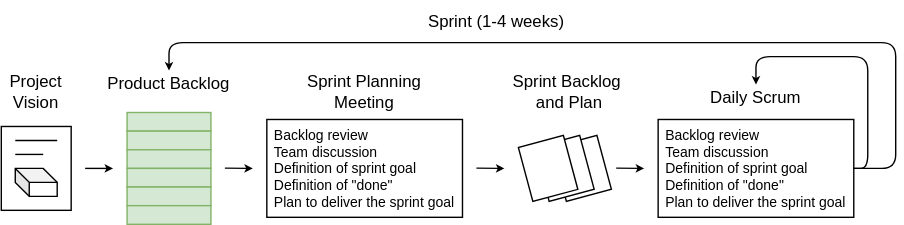
Above: book/images/agile-scrum.svg in PM-League/PM-League.github.io (draw.io), before the change. Source tidied: cells renumbered, new cells last; positions are measured from the earlier drawing's top-left corner, leaving out a move shared by most shapes. Source of this version:
```xml
<mxGraphModel background="#FFFFFF">
  <root>
    <mxCell id="0" />
    <mxCell id="1" parent="0" />
    <mxCell id="2" value="Product&amp;nbsp;Backlog" style="text;html=1;strokeColor=none;fillColor=none;align=center;verticalAlign=middle;whiteSpace=wrap;rounded=0;" parent="1" vertex="1">
      <mxGeometry x="75" y="50" width="90" height="20" as="geometry" />
    </mxCell>
    <mxCell id="3" style="group;" parent="1" vertex="1">
      <mxGeometry y="90" width="50" height="60" as="geometry" />
    </mxCell>
    <mxCell id="4" style="rounded=0;whiteSpace=wrap;html=1;" parent="3" vertex="1">
      <mxGeometry width="50" height="60" as="geometry" />
    </mxCell>
    <mxCell id="5" style="endArrow=none;html=1;rounded=0;" parent="3" edge="1">
      <mxGeometry relative="1" as="geometry">
        <mxPoint x="10" y="10" as="sourcePoint" />
        <mxPoint x="40" y="10" as="targetPoint" />
      </mxGeometry>
    </mxCell>
    <mxCell id="6" style="endArrow=none;html=1;rounded=0;" parent="3" edge="1">
      <mxGeometry relative="1" as="geometry">
        <mxPoint x="10" y="20" as="sourcePoint" />
        <mxPoint x="30" y="20" as="targetPoint" />
      </mxGeometry>
    </mxCell>
    <mxCell id="7" style="shape=cube;whiteSpace=wrap;html=1;boundedLbl=1;backgroundOutline=1;darkOpacity=0.05;darkOpacity2=0.1;fillColor=none;size=10;" parent="3" vertex="1">
      <mxGeometry x="10" y="30" width="30" height="20" as="geometry" />
    </mxCell>
    <mxCell id="8" value="Project&lt;br&gt;Vision" style="text;html=1;strokeColor=none;fillColor=none;align=center;verticalAlign=middle;whiteSpace=wrap;rounded=0;" parent="1" vertex="1">
      <mxGeometry y="50" width="50" height="30" as="geometry" />
    </mxCell>
    <mxCell id="9" value="&lt;div style=&quot;font-size: 10px;&quot;&gt;&lt;div style=&quot;text-align: left; font-size: 10px;&quot;&gt;&lt;span style=&quot;background-color: initial; font-size: 10px;&quot;&gt;Backlog review&lt;/span&gt;&lt;/div&gt;&lt;span style=&quot;background-color: initial; font-size: 10px;&quot;&gt;&lt;div style=&quot;text-align: left; font-size: 10px;&quot;&gt;&lt;span style=&quot;background-color: initial; font-size: 10px;&quot;&gt;Team discussion&lt;/span&gt;&lt;/div&gt;&lt;/span&gt;&lt;span style=&quot;background-color: initial; font-size: 10px;&quot;&gt;&lt;div style=&quot;text-align: left; font-size: 10px;&quot;&gt;&lt;span style=&quot;background-color: initial; font-size: 10px;&quot;&gt;Definition of sprint goal&lt;/span&gt;&lt;/div&gt;&lt;/span&gt;&lt;span style=&quot;background-color: initial; font-size: 10px;&quot;&gt;&lt;div style=&quot;text-align: left; font-size: 10px;&quot;&gt;&lt;span style=&quot;background-color: initial; font-size: 10px;&quot;&gt;Definition of &quot;done&quot;&lt;/span&gt;&lt;/div&gt;&lt;/span&gt;&lt;span style=&quot;background-color: initial; font-size: 10px;&quot;&gt;&lt;div style=&quot;text-align: left; font-size: 10px;&quot;&gt;&lt;span style=&quot;background-color: initial; font-size: 10px;&quot;&gt;Plan to deliver the sprint goal&lt;/span&gt;&lt;/div&gt;&lt;/span&gt;&lt;/div&gt;" style="rounded=0;whiteSpace=wrap;html=1;fontSize=10;" parent="1" vertex="1">
      <mxGeometry x="190" y="85" width="140" height="70" as="geometry" />
    </mxCell>
    <mxCell id="10" value="Sprint Planning&lt;br&gt;Meeting" style="text;html=1;strokeColor=none;fillColor=none;align=center;verticalAlign=middle;whiteSpace=wrap;rounded=0;" parent="1" vertex="1">
      <mxGeometry x="190" y="50" width="140" height="30" as="geometry" />
    </mxCell>
    <mxCell id="11" value="&lt;div style=&quot;font-size: 10px;&quot;&gt;&lt;div style=&quot;text-align: left; font-size: 10px;&quot;&gt;&lt;span style=&quot;background-color: initial; font-size: 10px;&quot;&gt;Backlog review&lt;/span&gt;&lt;/div&gt;&lt;span style=&quot;background-color: initial; font-size: 10px;&quot;&gt;&lt;div style=&quot;text-align: left; font-size: 10px;&quot;&gt;&lt;span style=&quot;background-color: initial; font-size: 10px;&quot;&gt;Team discussion&lt;/span&gt;&lt;/div&gt;&lt;/span&gt;&lt;span style=&quot;background-color: initial; font-size: 10px;&quot;&gt;&lt;div style=&quot;text-align: left; font-size: 10px;&quot;&gt;&lt;span style=&quot;background-color: initial; font-size: 10px;&quot;&gt;Definition of sprint goal&lt;/span&gt;&lt;/div&gt;&lt;/span&gt;&lt;span style=&quot;background-color: initial; font-size: 10px;&quot;&gt;&lt;div style=&quot;text-align: left; font-size: 10px;&quot;&gt;&lt;span style=&quot;background-color: initial; font-size: 10px;&quot;&gt;Definition of &quot;done&quot;&lt;/span&gt;&lt;/div&gt;&lt;/span&gt;&lt;span style=&quot;background-color: initial; font-size: 10px;&quot;&gt;&lt;div style=&quot;text-align: left; font-size: 10px;&quot;&gt;&lt;span style=&quot;background-color: initial; font-size: 10px;&quot;&gt;Plan to deliver the sprint goal&lt;/span&gt;&lt;/div&gt;&lt;/span&gt;&lt;/div&gt;" style="rounded=0;whiteSpace=wrap;html=1;fontSize=10;" parent="1" vertex="1">
      <mxGeometry x="470" y="85" width="140" height="70" as="geometry" />
    </mxCell>
    <mxCell id="12" value="Daily Scrum" style="text;html=1;strokeColor=none;fillColor=none;align=center;verticalAlign=middle;whiteSpace=wrap;rounded=0;" parent="1" vertex="1">
      <mxGeometry x="470" y="60" width="140" height="20" as="geometry" />
    </mxCell>
    <mxCell id="13" style="group;" parent="1" vertex="1">
      <mxGeometry x="90" y="80" width="60" height="80" as="geometry" />
    </mxCell>
    <mxCell id="14" style="rounded=0;whiteSpace=wrap;html=1;fillColor=#d5e8d4;strokeColor=#82b366;" parent="13" vertex="1">
      <mxGeometry width="60" height="13.3" as="geometry" />
    </mxCell>
    <mxCell id="15" style="rounded=0;whiteSpace=wrap;html=1;fillColor=#d5e8d4;strokeColor=#82b366;" parent="13" vertex="1">
      <mxGeometry y="13.3" width="60" height="13.3" as="geometry" />
    </mxCell>
    <mxCell id="16" style="rounded=0;whiteSpace=wrap;html=1;fillColor=#d5e8d4;strokeColor=#82b366;" parent="13" vertex="1">
      <mxGeometry y="26.7" width="60" height="13.3" as="geometry" />
    </mxCell>
    <mxCell id="17" style="rounded=0;whiteSpace=wrap;html=1;fillColor=#d5e8d4;strokeColor=#82b366;" parent="13" vertex="1">
      <mxGeometry y="40" width="60" height="13.3" as="geometry" />
    </mxCell>
    <mxCell id="18" style="rounded=0;whiteSpace=wrap;html=1;fillColor=#d5e8d4;strokeColor=#82b366;" parent="13" vertex="1">
      <mxGeometry y="53.3" width="60" height="13.3" as="geometry" />
    </mxCell>
    <mxCell id="19" style="rounded=0;whiteSpace=wrap;html=1;fillColor=#d5e8d4;strokeColor=#82b366;" parent="13" vertex="1">
      <mxGeometry y="66.7" width="60" height="13.3" as="geometry" />
    </mxCell>
    <mxCell id="20" style="group;" parent="1" vertex="1">
      <mxGeometry x="370" y="96.4" width="67.5" height="47.3" as="geometry" />
    </mxCell>
    <mxCell id="21" style="rounded=0;whiteSpace=wrap;html=1;rotation=-15;" parent="20" vertex="1">
      <mxGeometry x="28.6" y="3.6" width="33.3" height="40" as="geometry" />
    </mxCell>
    <mxCell id="22" style="rounded=0;whiteSpace=wrap;html=1;rotation=-15;" parent="20" vertex="1">
      <mxGeometry x="16.3" y="3.6" width="33.3" height="40" as="geometry" />
    </mxCell>
    <mxCell id="23" style="rounded=0;whiteSpace=wrap;html=1;rotation=-15;" parent="20" vertex="1">
      <mxGeometry x="4.6" y="3.6" width="33.3" height="40" as="geometry" />
    </mxCell>
    <mxCell id="24" value="Sprint Backlog&lt;br&gt;&amp;nbsp;and Plan" style="text;html=1;strokeColor=none;fillColor=none;align=center;verticalAlign=middle;whiteSpace=wrap;rounded=0;" parent="1" vertex="1">
      <mxGeometry x="360" y="50" width="90" height="30" as="geometry" />
    </mxCell>
    <mxCell id="25" style="endArrow=classic;html=1;fontSize=10;startSize=3;endSize=3;" parent="1" edge="1">
      <mxGeometry relative="1" as="geometry">
        <mxPoint x="60" y="120" as="sourcePoint" />
        <mxPoint x="80" y="120" as="targetPoint" />
      </mxGeometry>
    </mxCell>
    <mxCell id="26" style="endArrow=classic;html=1;fontSize=10;startSize=3;endSize=3;" parent="1" edge="1">
      <mxGeometry relative="1" as="geometry">
        <mxPoint x="160" y="119.8" as="sourcePoint" />
        <mxPoint x="180" y="120" as="targetPoint" />
      </mxGeometry>
    </mxCell>
    <mxCell id="27" style="endArrow=classic;html=1;fontSize=10;startSize=3;endSize=3;" parent="1" edge="1">
      <mxGeometry relative="1" as="geometry">
        <mxPoint x="340" y="119.8" as="sourcePoint" />
        <mxPoint x="360" y="120" as="targetPoint" />
      </mxGeometry>
    </mxCell>
    <mxCell id="28" style="endArrow=classic;html=1;fontSize=10;startSize=3;endSize=3;" parent="1" edge="1">
      <mxGeometry relative="1" as="geometry">
        <mxPoint x="440" y="119.8" as="sourcePoint" />
        <mxPoint x="460" y="120" as="targetPoint" />
      </mxGeometry>
    </mxCell>
    <mxCell id="29" style="edgeStyle=none;html=1;exitX=1;exitY=0.5;exitDx=0;exitDy=0;fontSize=10;startSize=3;endSize=3;entryX=0.5;entryY=0;entryDx=0;entryDy=0;" parent="1" edge="1" source="11" target="12">
      <mxGeometry relative="1" as="geometry">
        <Array as="points">
          <mxPoint x="620" y="120" />
          <mxPoint x="620" y="40" />
          <mxPoint x="540" y="40" />
        </Array>
      </mxGeometry>
    </mxCell>
    <mxCell id="30" style="edgeStyle=none;html=1;exitX=1;exitY=0.5;exitDx=0;exitDy=0;fontSize=10;startSize=3;endSize=3;entryX=0.5;entryY=0;entryDx=0;entryDy=0;" parent="1" edge="1" target="2">
      <mxGeometry relative="1" as="geometry">
        <mxPoint x="610" y="120" as="sourcePoint" />
        <Array as="points">
          <mxPoint x="640" y="120" />
          <mxPoint x="640" y="30" />
          <mxPoint x="120" y="30" />
        </Array>
      </mxGeometry>
    </mxCell>
    <mxCell id="31" value="Sprint (1-4 weeks)" style="text;html=1;align=center;verticalAlign=middle;strokeColor=none;fillColor=none;fontSize=12;" parent="1" vertex="1">
      <mxGeometry x="294" width="120" height="30" as="geometry" />
    </mxCell>
  </root>
</mxGraphModel>
```
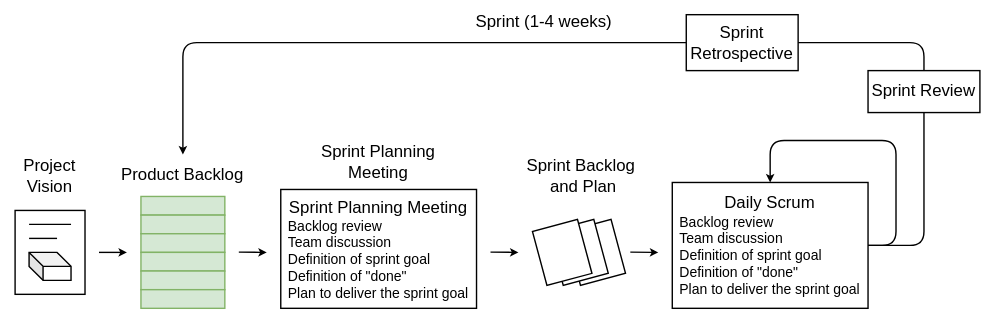
The same file after the commit.

Change to the diagram source:
```diff
@@ -2,11 +2,14 @@
   <root>
     <mxCell id="0" />
     <mxCell id="1" parent="0" />
+    <mxCell id="32" style="rounded=0;whiteSpace=wrap;html=1;strokeColor=none;" parent="1" vertex="1">
+      <mxGeometry x="-10" y="-60" width="710" height="230" as="geometry" />
+    </mxCell>
     <mxCell id="2" value="Product&amp;nbsp;Backlog" style="text;html=1;strokeColor=none;fillColor=none;align=center;verticalAlign=middle;whiteSpace=wrap;rounded=0;" parent="1" vertex="1">
-      <mxGeometry x="75" y="50" width="90" height="20" as="geometry" />
+      <mxGeometry x="75" y="50" width="90" height="30" as="geometry" />
     </mxCell>
     <mxCell id="3" style="group;" parent="1" vertex="1">
-      <mxGeometry y="90" width="50" height="60" as="geometry" />
+      <mxGeometry y="90" width="650" height="80" as="geometry" />
     </mxCell>
     <mxCell id="4" style="rounded=0;whiteSpace=wrap;html=1;" parent="3" vertex="1">
       <mxGeometry width="50" height="60" as="geometry" />
@@ -29,18 +32,15 @@
     <mxCell id="8" value="Project&lt;br&gt;Vision" style="text;html=1;strokeColor=none;fillColor=none;align=center;verticalAlign=middle;whiteSpace=wrap;rounded=0;" parent="1" vertex="1">
       <mxGeometry y="50" width="50" height="30" as="geometry" />
     </mxCell>
-    <mxCell id="9" value="&lt;div style=&quot;font-size: 10px;&quot;&gt;&lt;div style=&quot;text-align: left; font-size: 10px;&quot;&gt;&lt;span style=&quot;background-color: initial; font-size: 10px;&quot;&gt;Backlog review&lt;/span&gt;&lt;/div&gt;&lt;span style=&quot;background-color: initial; font-size: 10px;&quot;&gt;&lt;div style=&quot;text-align: left; font-size: 10px;&quot;&gt;&lt;span style=&quot;background-color: initial; font-size: 10px;&quot;&gt;Team discussion&lt;/span&gt;&lt;/div&gt;&lt;/span&gt;&lt;span style=&quot;background-color: initial; font-size: 10px;&quot;&gt;&lt;div style=&quot;text-align: left; font-size: 10px;&quot;&gt;&lt;span style=&quot;background-color: initial; font-size: 10px;&quot;&gt;Definition of sprint goal&lt;/span&gt;&lt;/div&gt;&lt;/span&gt;&lt;span style=&quot;background-color: initial; font-size: 10px;&quot;&gt;&lt;div style=&quot;text-align: left; font-size: 10px;&quot;&gt;&lt;span style=&quot;background-color: initial; font-size: 10px;&quot;&gt;Definition of &quot;done&quot;&lt;/span&gt;&lt;/div&gt;&lt;/span&gt;&lt;span style=&quot;background-color: initial; font-size: 10px;&quot;&gt;&lt;div style=&quot;text-align: left; font-size: 10px;&quot;&gt;&lt;span style=&quot;background-color: initial; font-size: 10px;&quot;&gt;Plan to deliver the sprint goal&lt;/span&gt;&lt;/div&gt;&lt;/span&gt;&lt;/div&gt;" style="rounded=0;whiteSpace=wrap;html=1;fontSize=10;" parent="1" vertex="1">
-      <mxGeometry x="190" y="85" width="140" height="70" as="geometry" />
+    <mxCell id="9" value="&lt;div style=&quot;&quot;&gt;&lt;div style=&quot;&quot;&gt;&lt;span style=&quot;background-color: initial;&quot;&gt;&lt;font style=&quot;font-size: 12px;&quot;&gt;Sprint Planning Meeting&lt;/font&gt;&lt;/span&gt;&lt;/div&gt;&lt;div style=&quot;font-size: 10px; text-align: left;&quot;&gt;&lt;span style=&quot;background-color: initial; font-size: 10px;&quot;&gt;Backlog review&lt;/span&gt;&lt;/div&gt;&lt;span style=&quot;font-size: 10px; background-color: initial;&quot;&gt;&lt;div style=&quot;text-align: left; font-size: 10px;&quot;&gt;&lt;span style=&quot;background-color: initial; font-size: 10px;&quot;&gt;Team discussion&lt;/span&gt;&lt;/div&gt;&lt;/span&gt;&lt;span style=&quot;font-size: 10px; background-color: initial;&quot;&gt;&lt;div style=&quot;text-align: left; font-size: 10px;&quot;&gt;&lt;span style=&quot;background-color: initial; font-size: 10px;&quot;&gt;Definition of sprint goal&lt;/span&gt;&lt;/div&gt;&lt;/span&gt;&lt;span style=&quot;font-size: 10px; background-color: initial;&quot;&gt;&lt;div style=&quot;text-align: left; font-size: 10px;&quot;&gt;&lt;span style=&quot;background-color: initial; font-size: 10px;&quot;&gt;Definition of &quot;done&quot;&lt;/span&gt;&lt;/div&gt;&lt;/span&gt;&lt;span style=&quot;font-size: 10px; background-color: initial;&quot;&gt;&lt;div style=&quot;text-align: left; font-size: 10px;&quot;&gt;&lt;span style=&quot;background-color: initial; font-size: 10px;&quot;&gt;Plan to deliver the sprint goal&lt;/span&gt;&lt;/div&gt;&lt;/span&gt;&lt;/div&gt;" style="rounded=0;whiteSpace=wrap;html=1;fontSize=10;" parent="1" vertex="1">
+      <mxGeometry x="190" y="75" width="140" height="85" as="geometry" />
     </mxCell>
     <mxCell id="10" value="Sprint Planning&lt;br&gt;Meeting" style="text;html=1;strokeColor=none;fillColor=none;align=center;verticalAlign=middle;whiteSpace=wrap;rounded=0;" parent="1" vertex="1">
-      <mxGeometry x="190" y="50" width="140" height="30" as="geometry" />
+      <mxGeometry x="190" y="40" width="140" height="30" as="geometry" />
     </mxCell>
-    <mxCell id="11" value="&lt;div style=&quot;font-size: 10px;&quot;&gt;&lt;div style=&quot;text-align: left; font-size: 10px;&quot;&gt;&lt;span style=&quot;background-color: initial; font-size: 10px;&quot;&gt;Backlog review&lt;/span&gt;&lt;/div&gt;&lt;span style=&quot;background-color: initial; font-size: 10px;&quot;&gt;&lt;div style=&quot;text-align: left; font-size: 10px;&quot;&gt;&lt;span style=&quot;background-color: initial; font-size: 10px;&quot;&gt;Team discussion&lt;/span&gt;&lt;/div&gt;&lt;/span&gt;&lt;span style=&quot;background-color: initial; font-size: 10px;&quot;&gt;&lt;div style=&quot;text-align: left; font-size: 10px;&quot;&gt;&lt;span style=&quot;background-color: initial; font-size: 10px;&quot;&gt;Definition of sprint goal&lt;/span&gt;&lt;/div&gt;&lt;/span&gt;&lt;span style=&quot;background-color: initial; font-size: 10px;&quot;&gt;&lt;div style=&quot;text-align: left; font-size: 10px;&quot;&gt;&lt;span style=&quot;background-color: initial; font-size: 10px;&quot;&gt;Definition of &quot;done&quot;&lt;/span&gt;&lt;/div&gt;&lt;/span&gt;&lt;span style=&quot;background-color: initial; font-size: 10px;&quot;&gt;&lt;div style=&quot;text-align: left; font-size: 10px;&quot;&gt;&lt;span style=&quot;background-color: initial; font-size: 10px;&quot;&gt;Plan to deliver the sprint goal&lt;/span&gt;&lt;/div&gt;&lt;/span&gt;&lt;/div&gt;" style="rounded=0;whiteSpace=wrap;html=1;fontSize=10;" parent="1" vertex="1">
-      <mxGeometry x="470" y="85" width="140" height="70" as="geometry" />
+    <mxCell id="11" value="&lt;div style=&quot;&quot;&gt;&lt;div style=&quot;&quot;&gt;&lt;span style=&quot;background-color: initial;&quot;&gt;&lt;font style=&quot;font-size: 12px;&quot;&gt;Daily Scrum&lt;/font&gt;&lt;/span&gt;&lt;/div&gt;&lt;div style=&quot;font-size: 10px; text-align: left;&quot;&gt;&lt;span style=&quot;background-color: initial; font-size: 10px;&quot;&gt;Backlog review&lt;/span&gt;&lt;/div&gt;&lt;span style=&quot;font-size: 10px; background-color: initial;&quot;&gt;&lt;div style=&quot;text-align: left; font-size: 10px;&quot;&gt;&lt;span style=&quot;background-color: initial; font-size: 10px;&quot;&gt;Team discussion&lt;/span&gt;&lt;/div&gt;&lt;/span&gt;&lt;span style=&quot;font-size: 10px; background-color: initial;&quot;&gt;&lt;div style=&quot;text-align: left; font-size: 10px;&quot;&gt;&lt;span style=&quot;background-color: initial; font-size: 10px;&quot;&gt;Definition of sprint goal&lt;/span&gt;&lt;/div&gt;&lt;/span&gt;&lt;span style=&quot;font-size: 10px; background-color: initial;&quot;&gt;&lt;div style=&quot;text-align: left; font-size: 10px;&quot;&gt;&lt;span style=&quot;background-color: initial; font-size: 10px;&quot;&gt;Definition of &quot;done&quot;&lt;/span&gt;&lt;/div&gt;&lt;/span&gt;&lt;span style=&quot;font-size: 10px; background-color: initial;&quot;&gt;&lt;div style=&quot;text-align: left; font-size: 10px;&quot;&gt;&lt;span style=&quot;background-color: initial; font-size: 10px;&quot;&gt;Plan to deliver the sprint goal&lt;/span&gt;&lt;/div&gt;&lt;/span&gt;&lt;/div&gt;" style="rounded=0;whiteSpace=wrap;html=1;fontSize=10;" parent="1" vertex="1">
+      <mxGeometry x="470" y="70" width="140" height="90" as="geometry" />
     </mxCell>
-    <mxCell id="12" value="Daily Scrum" style="text;html=1;strokeColor=none;fillColor=none;align=center;verticalAlign=middle;whiteSpace=wrap;rounded=0;" parent="1" vertex="1">
-      <mxGeometry x="470" y="60" width="140" height="20" as="geometry" />
-    </mxCell>
     <mxCell id="13" style="group;" parent="1" vertex="1">
       <mxGeometry x="90" y="80" width="60" height="80" as="geometry" />
     </mxCell>
@@ -101,27 +101,33 @@
         <mxPoint x="460" y="120" as="targetPoint" />
       </mxGeometry>
     </mxCell>
-    <mxCell id="29" style="edgeStyle=none;html=1;exitX=1;exitY=0.5;exitDx=0;exitDy=0;fontSize=10;startSize=3;endSize=3;entryX=0.5;entryY=0;entryDx=0;entryDy=0;" parent="1" edge="1" source="11" target="12">
+    <mxCell id="29" style="edgeStyle=none;html=1;exitX=1;exitY=0.5;exitDx=0;exitDy=0;fontSize=10;startSize=3;endSize=3;entryX=0.5;entryY=0;entryDx=0;entryDy=0;" parent="1" edge="1" source="11" target="11">
       <mxGeometry relative="1" as="geometry">
         <Array as="points">
-          <mxPoint x="620" y="120" />
-          <mxPoint x="620" y="40" />
+          <mxPoint x="630" y="115" />
+          <mxPoint x="630" y="40" />
           <mxPoint x="540" y="40" />
         </Array>
       </mxGeometry>
     </mxCell>
-    <mxCell id="30" style="edgeStyle=none;html=1;exitX=1;exitY=0.5;exitDx=0;exitDy=0;fontSize=10;startSize=3;endSize=3;entryX=0.5;entryY=0;entryDx=0;entryDy=0;" parent="1" edge="1" target="2">
+    <mxCell id="30" style="edgeStyle=none;html=1;exitX=1;exitY=0.5;exitDx=0;exitDy=0;fontSize=10;startSize=3;endSize=3;entryX=0.5;entryY=0;entryDx=0;entryDy=0;" parent="1" edge="1" source="11" target="2">
       <mxGeometry relative="1" as="geometry">
-        <mxPoint x="610" y="120" as="sourcePoint" />
         <Array as="points">
-          <mxPoint x="640" y="120" />
-          <mxPoint x="640" y="30" />
-          <mxPoint x="120" y="30" />
+          <mxPoint x="650" y="115" />
+          <mxPoint x="650" y="-30" />
+          <mxPoint x="380" y="-30" />
+          <mxPoint x="120" y="-30" />
         </Array>
       </mxGeometry>
     </mxCell>
     <mxCell id="31" value="Sprint (1-4 weeks)" style="text;html=1;align=center;verticalAlign=middle;strokeColor=none;fillColor=none;fontSize=12;" parent="1" vertex="1">
-      <mxGeometry x="294" width="120" height="30" as="geometry" />
+      <mxGeometry x="317.6" y="-60" width="120" height="30" as="geometry" />
     </mxCell>
+    <mxCell id="33" value="Sprint Review" style="text;html=1;align=center;verticalAlign=middle;whiteSpace=wrap;rounded=0;fillColor=default;strokeColor=default;" parent="1" vertex="1">
+      <mxGeometry x="610" y="-10" width="80" height="30" as="geometry" />
+    </mxCell>
+    <mxCell id="34" value="Sprint Retrospective" style="text;html=1;align=center;verticalAlign=middle;whiteSpace=wrap;rounded=0;fillColor=default;strokeColor=default;" parent="1" vertex="1">
+      <mxGeometry x="480" y="-50" width="80" height="40" as="geometry" />
+    </mxCell>
   </root>
 </mxGraphModel>
```
